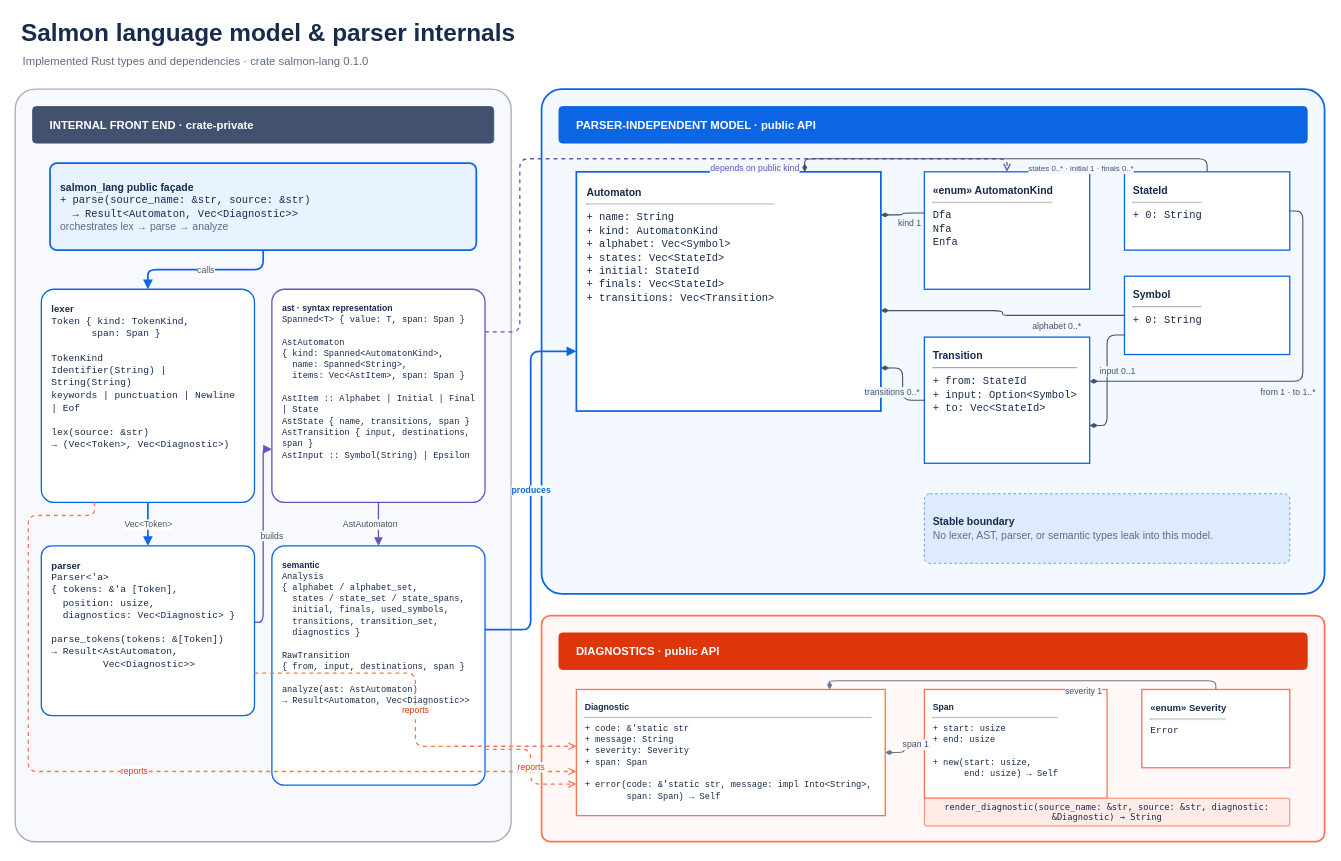
The draw.io diagram docs/diagrams/class-diagram.drawio in Matias-Sanmiguel/Salmon, before the edit. Source tidied: cells renumbered, new cells numbered last; positions are measured from the earlier drawing's top-left corner, leaving out a move shared by most shapes. Both pictures are drawn from the tidied source at 87%, with x=0, y=0 at pixel (15, 15).
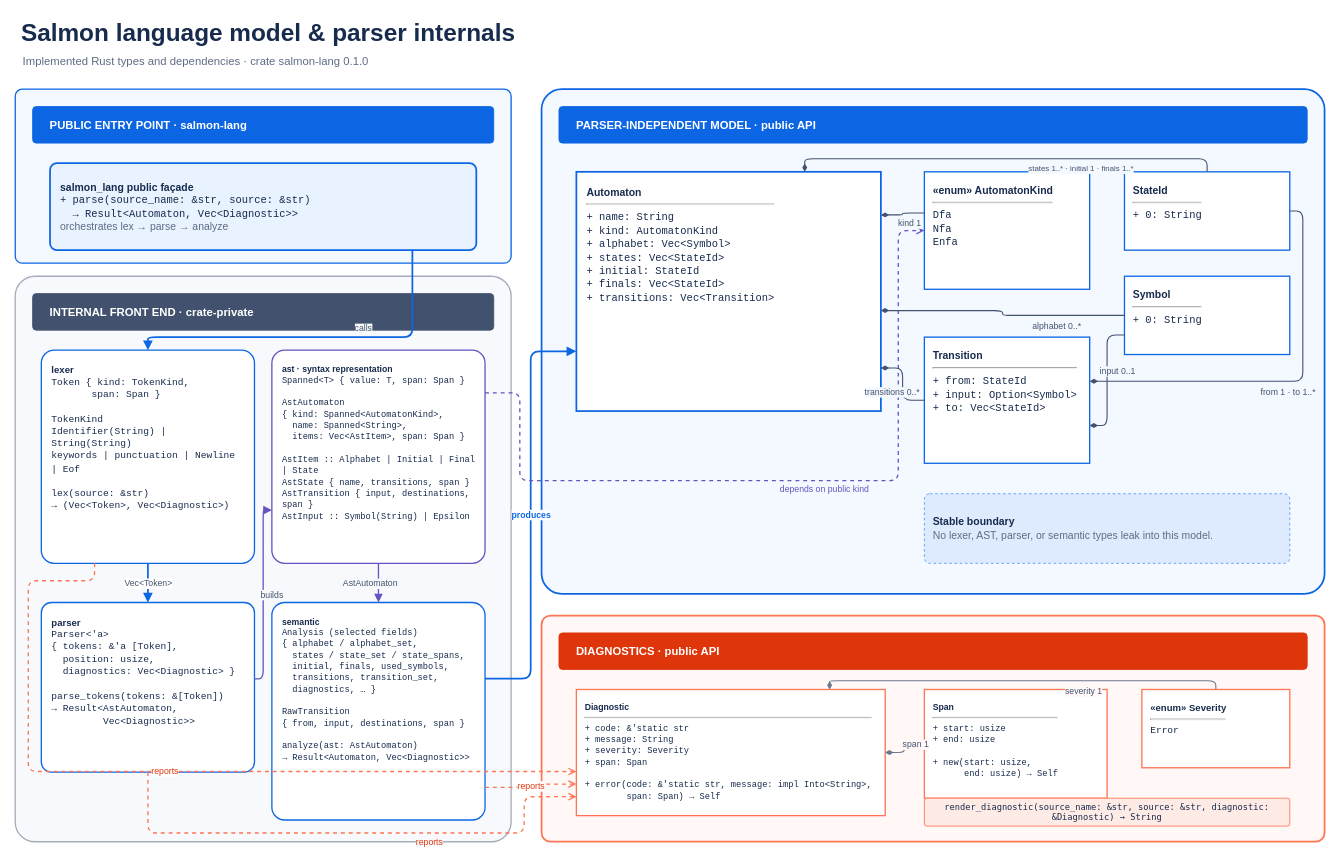
Above is the later version.

Commit message (it also covers changes not shown here):
docs: refine Salmon diagram boundaries

Unchanged cells that the change refers to:
```xml
<mxCell id="6" value="&lt;div style=&quot;text-align:left&quot;&gt;&lt;b&gt;salmon_lang public façade&lt;/b&gt;&lt;br&gt;&lt;font face=&quot;monospace&quot;&gt;+ parse(source_name: &amp;amp;str, source: &amp;amp;str)&lt;br&gt;&amp;nbsp;&amp;nbsp;→ Result&amp;lt;Automaton, Vec&amp;lt;Diagnostic&amp;gt;&amp;gt;&lt;/font&gt;&lt;br&gt;&lt;font color=&quot;#5E6C84&quot;&gt;orchestrates lex → parse → analyze&lt;/font&gt;&lt;/div&gt;" style="rounded=1;whiteSpace=wrap;html=1;fillColor=#E9F2FF;strokeColor=#0C66E4;strokeWidth=2;fontColor=#172B4D;fontSize=12;align=left;verticalAlign=middle;spacing=12;arcSize=8;" parent="1" vertex="1">
  <mxGeometry x="40" y="170" width="490" height="100" as="geometry" />
</mxCell>
<mxCell id="13" value="&lt;div style=&quot;text-align:left&quot;&gt;&lt;b&gt;Automaton&lt;/b&gt;&lt;hr&gt;&lt;font face=&quot;monospace&quot;&gt;+ name: String&lt;br&gt;+ kind: AutomatonKind&lt;br&gt;+ alphabet: Vec&amp;lt;Symbol&amp;gt;&lt;br&gt;+ states: Vec&amp;lt;StateId&amp;gt;&lt;br&gt;+ initial: StateId&lt;br&gt;+ finals: Vec&amp;lt;StateId&amp;gt;&lt;br&gt;+ transitions: Vec&amp;lt;Transition&amp;gt;&lt;/font&gt;&lt;/div&gt;" style="rounded=0;whiteSpace=wrap;html=1;fillColor=#FFFFFF;strokeColor=#0C66E4;strokeWidth=2;fontColor=#172B4D;fontSize=12;align=left;verticalAlign=top;spacing=12;" parent="1" vertex="1">
  <mxGeometry x="645" y="180" width="350" height="275" as="geometry" />
</mxCell>
<mxCell id="14" value="&lt;div style=&quot;text-align:left&quot;&gt;&lt;b&gt;«enum» AutomatonKind&lt;/b&gt;&lt;hr&gt;&lt;font face=&quot;monospace&quot;&gt;Dfa&lt;br&gt;Nfa&lt;br&gt;Enfa&lt;/font&gt;&lt;/div&gt;" style="rounded=0;whiteSpace=wrap;html=1;fillColor=#FFFFFF;strokeColor=#0C66E4;strokeWidth=1.5;fontColor=#172B4D;fontSize=12;align=left;verticalAlign=top;spacing=10;" parent="1" vertex="1">
  <mxGeometry x="1045" y="180" width="190" height="135" as="geometry" />
</mxCell>
<mxCell id="15" value="&lt;div style=&quot;text-align:left&quot;&gt;&lt;b&gt;StateId&lt;/b&gt;&lt;hr&gt;&lt;font face=&quot;monospace&quot;&gt;+ 0: String&lt;/font&gt;&lt;/div&gt;" style="rounded=0;whiteSpace=wrap;html=1;fillColor=#FFFFFF;strokeColor=#0C66E4;strokeWidth=1.5;fontColor=#172B4D;fontSize=12;align=left;verticalAlign=top;spacing=10;" parent="1" vertex="1">
  <mxGeometry x="1275" y="180" width="190" height="90" as="geometry" />
</mxCell>
<mxCell id="21" value="&lt;div style=&quot;text-align:left&quot;&gt;&lt;b&gt;Diagnostic&lt;/b&gt;&lt;hr&gt;&lt;font face=&quot;monospace&quot;&gt;+ code: &amp;amp;'static str&lt;br&gt;+ message: String&lt;br&gt;+ severity: Severity&lt;br&gt;+ span: Span&lt;br&gt;&lt;br&gt;+ error(code: &amp;amp;'static str, message: impl Into&amp;lt;String&amp;gt;,&lt;br&gt;&amp;nbsp;&amp;nbsp;&amp;nbsp;&amp;nbsp;&amp;nbsp;&amp;nbsp;&amp;nbsp; span: Span) → Self&lt;/font&gt;&lt;/div&gt;" style="rounded=0;whiteSpace=wrap;html=1;fillColor=#FFFFFF;strokeColor=#FF7452;strokeWidth=1.5;fontColor=#172B4D;fontSize=10;align=left;verticalAlign=top;spacing=10;" parent="1" vertex="1">
  <mxGeometry x="645" y="775" width="355" height="145" as="geometry" />
</mxCell>
```

Diff of the diagram source:
```diff
@@
+    <mxCell id="42" style="rounded=1;whiteSpace=wrap;html=1;fillColor=#F4F8FF;strokeColor=#0C66E4;strokeWidth=1.5;arcSize=4;" parent="1" vertex="1">
+      <mxGeometry y="85" width="570" height="200" as="geometry" />
+    </mxCell>
+    <mxCell id="43" value="PUBLIC ENTRY POINT · salmon-lang" style="rounded=1;whiteSpace=wrap;html=1;fillColor=#0C66E4;strokeColor=#0C66E4;fontColor=#FFFFFF;fontStyle=1;fontSize=13;align=left;spacingLeft=18;arcSize=10;" parent="1" vertex="1">
+      <mxGeometry x="20" y="105" width="530" height="42" as="geometry" />
+    </mxCell>
     <mxCell id="4" style="rounded=1;whiteSpace=wrap;html=1;fillColor=#F7F9FC;strokeColor=#A5ADBA;strokeWidth=1.5;arcSize=4;" parent="1" vertex="1">
-      <mxGeometry y="85" width="570" height="865" as="geometry" />
+      <mxGeometry y="300" width="570" height="650" as="geometry" />
     </mxCell>
     <mxCell id="5" value="INTERNAL FRONT END · crate-private" style="rounded=1;whiteSpace=wrap;html=1;fillColor=#42526E;strokeColor=#42526E;fontColor=#FFFFFF;fontStyle=1;fontSize=13;align=left;spacingLeft=18;arcSize=10;" parent="1" vertex="1">
-      <mxGeometry x="20" y="105" width="530" height="42" as="geometry" />
+      <mxGeometry x="20" y="320" width="530" height="42" as="geometry" />
     </mxCell>
@@
     <mxCell id="7" value="&lt;div style=&quot;text-align:left&quot;&gt;&lt;b&gt;lexer&lt;/b&gt;&lt;br&gt;&lt;font face=&quot;monospace&quot;&gt;Token { kind: TokenKind,&lt;br&gt;&amp;nbsp;&amp;nbsp;&amp;nbsp;&amp;nbsp;&amp;nbsp;&amp;nbsp;&amp;nbsp;span: Span }&lt;br&gt;&lt;br&gt;TokenKind&lt;br&gt;Identifier(String) | String(String)&lt;br&gt;keywords | punctuation | Newline | Eof&lt;br&gt;&lt;br&gt;lex(source: &amp;amp;str)&lt;br&gt;→ (Vec&amp;lt;Token&amp;gt;, Vec&amp;lt;Diagnostic&amp;gt;)&lt;/font&gt;&lt;/div&gt;" style="rounded=1;whiteSpace=wrap;html=1;fillColor=#FFFFFF;strokeColor=#0C66E4;strokeWidth=1.5;fontColor=#172B4D;fontSize=11;align=left;verticalAlign=top;spacing=12;arcSize=6;" parent="1" vertex="1">
-      <mxGeometry x="30" y="315" width="245" height="245" as="geometry" />
+      <mxGeometry x="30" y="385" width="245" height="245" as="geometry" />
     </mxCell>
     <mxCell id="8" value="&lt;div style=&quot;text-align:left&quot;&gt;&lt;b&gt;ast · syntax representation&lt;/b&gt;&lt;br&gt;&lt;font face=&quot;monospace&quot;&gt;Spanned&amp;lt;T&amp;gt; { value: T, span: Span }&lt;br&gt;&lt;br&gt;AstAutomaton&lt;br&gt;{ kind: Spanned&amp;lt;AutomatonKind&amp;gt;,&lt;br&gt;&amp;nbsp; name: Spanned&amp;lt;String&amp;gt;,&lt;br&gt;&amp;nbsp; items: Vec&amp;lt;AstItem&amp;gt;, span: Span }&lt;br&gt;&lt;br&gt;AstItem :: Alphabet | Initial | Final | State&lt;br&gt;AstState { name, transitions, span }&lt;br&gt;AstTransition { input, destinations, span }&lt;br&gt;AstInput :: Symbol(String) | Epsilon&lt;/font&gt;&lt;/div&gt;" style="rounded=1;whiteSpace=wrap;html=1;fillColor=#FFFFFF;strokeColor=#6554C0;strokeWidth=1.5;fontColor=#172B4D;fontSize=10;align=left;verticalAlign=top;spacing=12;arcSize=6;" parent="1" vertex="1">
-      <mxGeometry x="295" y="315" width="245" height="245" as="geometry" />
+      <mxGeometry x="295" y="385" width="245" height="245" as="geometry" />
     </mxCell>
     <mxCell id="9" value="&lt;div style=&quot;text-align:left&quot;&gt;&lt;b&gt;parser&lt;/b&gt;&lt;br&gt;&lt;font face=&quot;monospace&quot;&gt;Parser&amp;lt;'a&amp;gt;&lt;br&gt;{ tokens: &amp;amp;'a [Token],&lt;br&gt;&amp;nbsp; position: usize,&lt;br&gt;&amp;nbsp; diagnostics: Vec&amp;lt;Diagnostic&amp;gt; }&lt;br&gt;&lt;br&gt;parse_tokens(tokens: &amp;amp;[Token])&lt;br&gt;→ Result&amp;lt;AstAutomaton,&lt;br&gt;&amp;nbsp;&amp;nbsp;&amp;nbsp;&amp;nbsp;&amp;nbsp;&amp;nbsp;&amp;nbsp;&amp;nbsp; Vec&amp;lt;Diagnostic&amp;gt;&amp;gt;&lt;/font&gt;&lt;/div&gt;" style="rounded=1;whiteSpace=wrap;html=1;fillColor=#FFFFFF;strokeColor=#0C66E4;strokeWidth=1.5;fontColor=#172B4D;fontSize=11;align=left;verticalAlign=top;spacing=12;arcSize=6;" parent="1" vertex="1">
-      <mxGeometry x="30" y="610" width="245" height="195" as="geometry" />
+      <mxGeometry x="30" y="675" width="245" height="195" as="geometry" />
     </mxCell>
-    <mxCell id="10" value="&lt;div style=&quot;text-align:left&quot;&gt;&lt;b&gt;semantic&lt;/b&gt;&lt;br&gt;&lt;font face=&quot;monospace&quot;&gt;Analysis&lt;br&gt;{ alphabet / alphabet_set,&lt;br&gt;&amp;nbsp; states / state_set / state_spans,&lt;br&gt;&amp;nbsp; initial, finals, used_symbols,&lt;br&gt;&amp;nbsp; transitions, transition_set,&lt;br&gt;&amp;nbsp; diagnostics }&lt;br&gt;&lt;br&gt;RawTransition&lt;br&gt;{ from, input, destinations, span }&lt;br&gt;&lt;br&gt;analyze(ast: AstAutomaton)&lt;br&gt;→ Result&amp;lt;Automaton, Vec&amp;lt;Diagnostic&amp;gt;&amp;gt;&lt;/font&gt;&lt;/div&gt;" style="rounded=1;whiteSpace=wrap;html=1;fillColor=#FFFFFF;strokeColor=#0C66E4;strokeWidth=1.5;fontColor=#172B4D;fontSize=10;align=left;verticalAlign=top;spacing=12;arcSize=6;" parent="1" vertex="1">
-      <mxGeometry x="295" y="610" width="245" height="275" as="geometry" />
+    <mxCell id="10" value="&lt;div style=&quot;text-align:left&quot;&gt;&lt;b&gt;semantic&lt;/b&gt;&lt;br&gt;&lt;font face=&quot;monospace&quot;&gt;Analysis (selected fields)&lt;br&gt;{ alphabet / alphabet_set,&lt;br&gt;&amp;nbsp; states / state_set / state_spans,&lt;br&gt;&amp;nbsp; initial, finals, used_symbols,&lt;br&gt;&amp;nbsp; transitions, transition_set,&lt;br&gt;&amp;nbsp; diagnostics, … }&lt;br&gt;&lt;br&gt;RawTransition&lt;br&gt;{ from, input, destinations, span }&lt;br&gt;&lt;br&gt;analyze(ast: AstAutomaton)&lt;br&gt;→ Result&amp;lt;Automaton, Vec&amp;lt;Diagnostic&amp;gt;&amp;gt;&lt;/font&gt;&lt;/div&gt;" style="rounded=1;whiteSpace=wrap;html=1;fillColor=#FFFFFF;strokeColor=#0C66E4;strokeWidth=1.5;fontColor=#172B4D;fontSize=10;align=left;verticalAlign=top;spacing=12;arcSize=6;" parent="1" vertex="1">
+      <mxGeometry x="295" y="675" width="245" height="250" as="geometry" />
     </mxCell>
@@
-    <mxCell id="25" value="calls" style="edgeStyle=orthogonalEdgeStyle;rounded=1;jettySize=auto;html=1;strokeColor=#0C66E4;strokeWidth=2;endArrow=block;endFill=1;fontSize=10;fontColor=#44546A;" parent="1" edge="1" source="6" target="7">
-      <mxGeometry relative="1" as="geometry" />
+    <mxCell id="25" value="calls" style="edgeStyle=orthogonalEdgeStyle;rounded=1;jettySize=auto;html=1;strokeColor=#0C66E4;strokeWidth=2;endArrow=block;endFill=1;fontSize=10;fontColor=#44546A;labelBackgroundColor=#F7F9FC;exitX=0.85;exitY=1;exitDx=0;exitDy=0;entryX=0.5;entryY=0;entryDx=0;entryDy=0;" parent="1" edge="1" source="6" target="7">
+      <mxGeometry x="-0.25" y="-10" relative="1" as="geometry">
+        <Array as="points">
+          <mxPoint x="457" y="370" />
+          <mxPoint x="153" y="370" />
+        </Array>
+      </mxGeometry>
     </mxCell>
@@
     <mxCell id="27" value="builds" style="edgeStyle=orthogonalEdgeStyle;rounded=1;jettySize=auto;html=1;strokeColor=#6554C0;strokeWidth=1.5;endArrow=block;endFill=1;fontSize=10;fontColor=#44546A;labelBackgroundColor=#F7F9FC;exitX=1;exitY=0.45;exitDx=0;exitDy=0;entryX=0;entryY=0.75;entryDx=0;entryDy=0;" parent="1" edge="1" source="9" target="8">
       <mxGeometry y="-10" relative="1" as="geometry">
         <Array as="points">
-          <mxPoint x="285" y="698" />
-          <mxPoint x="285" y="499" />
+          <mxPoint x="285" y="763" />
+          <mxPoint x="285" y="569" />
         </Array>
       </mxGeometry>
     </mxCell>
@@
-    <mxCell id="30" value="depends on public kind" style="edgeStyle=orthogonalEdgeStyle;rounded=1;jettySize=auto;html=1;strokeColor=#6554C0;strokeWidth=1.5;dashed=1;endArrow=open;endFill=0;fontSize=10;fontColor=#6554C0;labelBackgroundColor=#F4F8FF;exitX=1;exitY=0.2;exitDx=0;exitDy=0;entryX=0.5;entryY=0;entryDx=0;entryDy=0;" parent="1" edge="1" source="8" target="14">
-      <mxGeometry x="0.25" y="-10" relative="1" as="geometry">
+    <mxCell id="30" value="depends on public kind" style="edgeStyle=orthogonalEdgeStyle;rounded=1;jettySize=auto;html=1;strokeColor=#6554C0;strokeWidth=1.5;dashed=1;endArrow=open;endFill=0;fontSize=10;fontColor=#6554C0;labelBackgroundColor=#F4F8FF;exitX=1;exitY=0.2;exitDx=0;exitDy=0;entryX=0;entryY=0.5;entryDx=0;entryDy=0;" parent="1" edge="1" source="8" target="14">
+      <mxGeometry x="0.1" y="-10" relative="1" as="geometry">
         <Array as="points">
-          <mxPoint x="580" y="364" />
-          <mxPoint x="580" y="165" />
-          <mxPoint x="1140" y="165" />
+          <mxPoint x="580" y="434" />
+          <mxPoint x="580" y="535" />
+          <mxPoint x="1015" y="535" />
+          <mxPoint x="1015" y="248" />
         </Array>
       </mxGeometry>
     </mxCell>
     <mxCell id="31" value="reports" style="edgeStyle=orthogonalEdgeStyle;rounded=1;jettySize=auto;html=1;strokeColor=#FF7452;strokeWidth=1.5;dashed=1;endArrow=open;endFill=0;fontSize=10;fontColor=#DE350B;exitX=0.25;exitY=1;exitDx=0;exitDy=0;entryX=0;entryY=0.65;entryDx=0;entryDy=0;" parent="1" edge="1" source="7" target="21">
       <mxGeometry relative="1" as="geometry">
         <Array as="points">
-          <mxPoint x="15" y="575" />
+          <mxPoint x="15" y="650" />
           <mxPoint x="15" y="870" />
         </Array>
       </mxGeometry>
     </mxCell>
-    <mxCell id="32" value="reports" style="edgeStyle=orthogonalEdgeStyle;rounded=1;jettySize=auto;html=1;strokeColor=#FF7452;strokeWidth=1.5;dashed=1;endArrow=open;endFill=0;fontSize=10;fontColor=#DE350B;exitX=1;exitY=0.75;exitDx=0;exitDy=0;entryX=0;entryY=0.45;entryDx=0;entryDy=0;" parent="1" edge="1" source="9" target="21">
-      <mxGeometry relative="1" as="geometry" />
+    <mxCell id="32" value="reports" style="edgeStyle=orthogonalEdgeStyle;rounded=1;jettySize=auto;html=1;strokeColor=#FF7452;strokeWidth=1.5;dashed=1;endArrow=open;endFill=0;fontSize=10;fontColor=#DE350B;labelBackgroundColor=#F7F9FC;exitX=0.5;exitY=1;exitDx=0;exitDy=0;entryX=0;entryY=0.85;entryDx=0;entryDy=0;" parent="1" edge="1" source="9" target="21">
+      <mxGeometry x="0.3" y="-10" relative="1" as="geometry">
+        <Array as="points">
+          <mxPoint x="153" y="940" />
+          <mxPoint x="585" y="940" />
+          <mxPoint x="585" y="898" />
+        </Array>
+      </mxGeometry>
     </mxCell>
@@
-    <mxCell id="35" value="states 0..* · initial 1 · finals 0..*" style="edgeStyle=orthogonalEdgeStyle;rounded=1;jettySize=auto;html=1;strokeColor=#42526E;strokeWidth=1.25;startArrow=diamondThin;startFill=1;endArrow=none;fontSize=9;fontColor=#42526E;labelBackgroundColor=#F4F8FF;exitX=0.75;exitY=0;exitDx=0;exitDy=0;entryX=0.5;entryY=0;entryDx=0;entryDy=0;" parent="1" edge="1" source="13" target="15">
+    <mxCell id="35" value="states 1..* · initial 1 · finals 1..*" style="edgeStyle=orthogonalEdgeStyle;rounded=1;jettySize=auto;html=1;strokeColor=#42526E;strokeWidth=1.25;startArrow=diamondThin;startFill=1;endArrow=none;fontSize=9;fontColor=#42526E;labelBackgroundColor=#F4F8FF;exitX=0.75;exitY=0;exitDx=0;exitDy=0;entryX=0.5;entryY=0;entryDx=0;entryDy=0;" parent="1" edge="1" source="13" target="15">
       <mxGeometry x="0.35" y="-12" relative="1" as="geometry">
         <Array as="points">
           <mxPoint x="908" y="165" />
           <mxPoint x="1370" y="165" />
         </Array>
       </mxGeometry>
     </mxCell>
```
